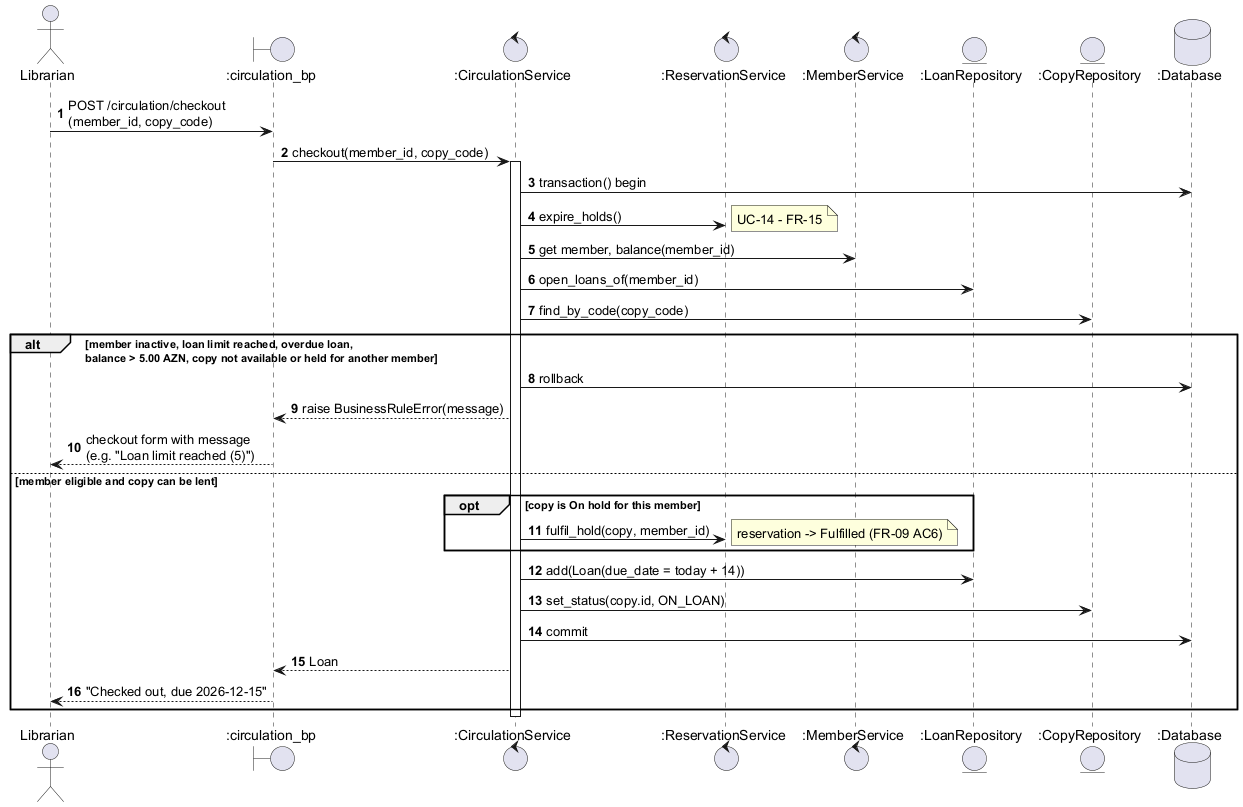
Above: docs/models/img/seq-checkout.png in imnvrml/library-management-system (PlantUML), before the change.
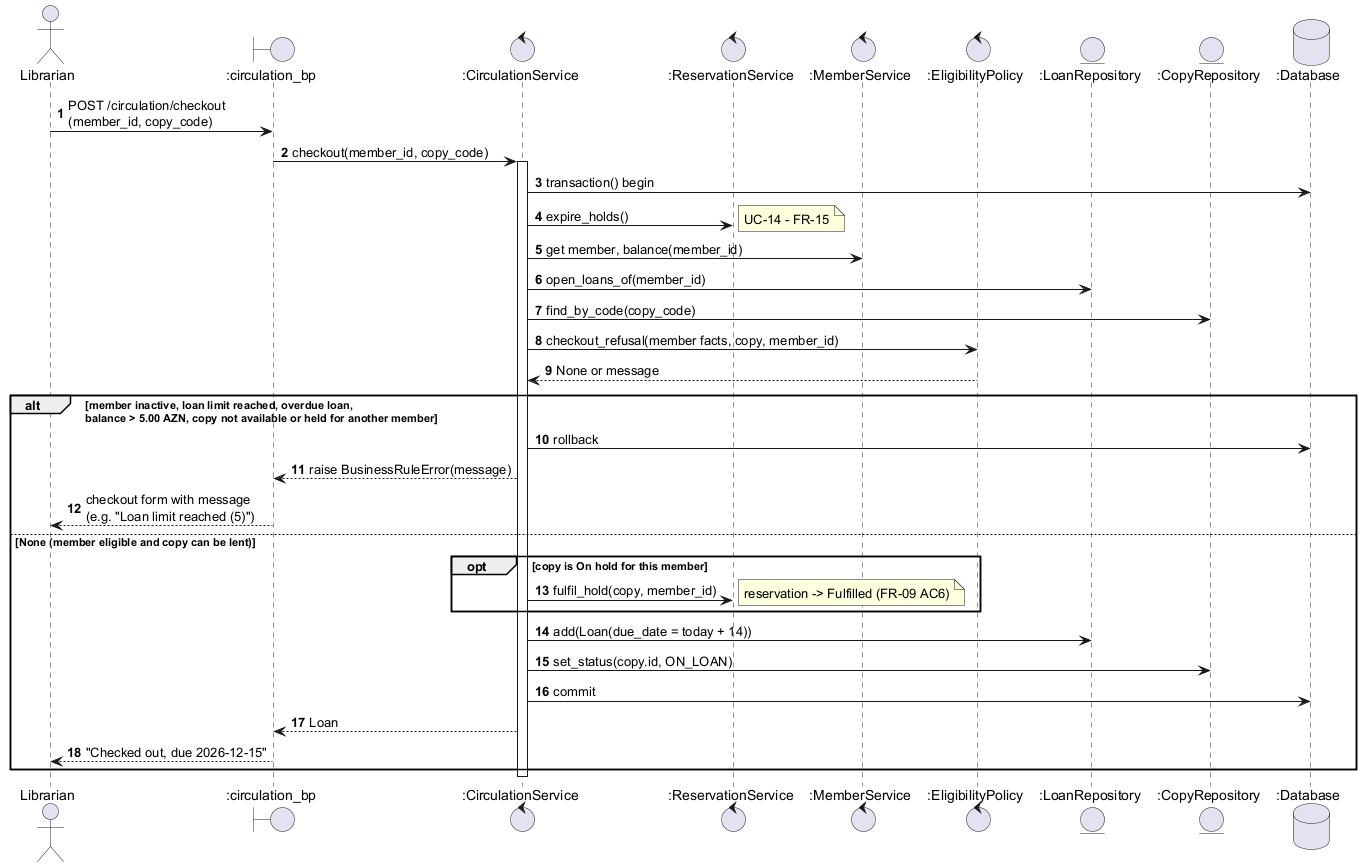
The same file after the commit.

Commit message:
docs(models): v1.1 - extract pure EligibilityPolicy so decision rules are unit-testable

Diff of the diagram source:
```diff
@@ -6,6 +6,7 @@
 control ":CirculationService" as circ
 control ":ReservationService" as res
 control ":MemberService" as mem
+control ":EligibilityPolicy" as pol
 entity ":LoanRepository" as loans
 entity ":CopyRepository" as copies
 database ":Database" as db
@@ -19,12 +20,14 @@
 circ -> mem : get member, balance(member_id)
 circ -> loans : open_loans_of(member_id)
 circ -> copies : find_by_code(copy_code)
+circ -> pol : checkout_refusal(member facts, copy, member_id)
+pol --> circ : None or message
 
 alt member inactive, loan limit reached, overdue loan,\nbalance > 5.00 AZN, copy not available or held for another member
   circ -> db : rollback
   circ --> bp : raise BusinessRuleError(message)
   bp --> Librarian : checkout form with message\n(e.g. "Loan limit reached (5)")
-else member eligible and copy can be lent
+else None (member eligible and copy can be lent)
   opt copy is On hold for this member
     circ -> res : fulfil_hold(copy, member_id)
     note right : reservation -> Fulfilled (FR-09 AC6)
```
